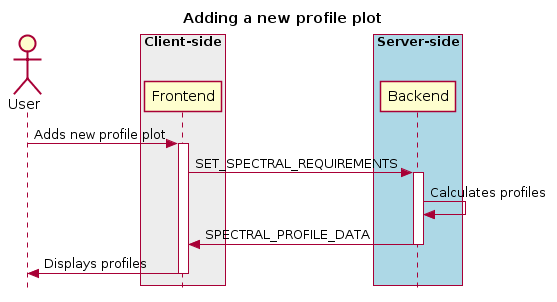
CARTAvis/carta-protobuf keeps this PlantUML diagram as docs/images/image11.png. Above is the earlier version. The source it was exported from:
```plantuml
@startuml
skinparam style strictuml
hide footbox
title Adding a new profile plot

actor User
box "Client-side" #EDEDED
        participant Frontend
end box

box "Server-side" #lightblue
	participant Backend
end box
User -> Frontend: Adds new profile plot
activate Frontend
Frontend -> Backend : SET_SPECTRAL_REQUIREMENTS
activate Backend
Backend <- Backend : Calculates profiles
Frontend <- Backend : SPECTRAL_PROFILE_DATA
deactivate Backend
User <- Frontend : Displays profiles
deactivate Frontend
@enduml
```
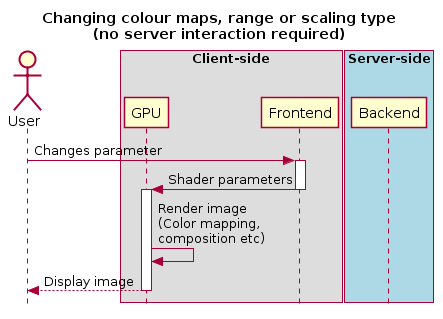
Later version of the same file.

The edit, as a diff of the source:
```diff
@@ -1,23 +1,24 @@
 @startuml
 skinparam style strictuml
 hide footbox
-title Adding a new profile plot
+title Changing colour maps, range or scaling type\n(no server interaction required)
 
 actor User
-box "Client-side" #EDEDED
+box "Client-side"
+        participant "GPU"
         participant Frontend
 end box
 
 box "Server-side" #lightblue
 	participant Backend
 end box
-User -> Frontend: Adds new profile plot
+
+User -> Frontend : Changes parameter
 activate Frontend
-Frontend -> Backend : SET_SPECTRAL_REQUIREMENTS
-activate Backend
-Backend <- Backend : Calculates profiles
-Frontend <- Backend : SPECTRAL_PROFILE_DATA
-deactivate Backend
-User <- Frontend : Displays profiles
+Frontend -> GPU : Shader parameters
 deactivate Frontend
+activate GPU
+GPU -> GPU : Render image\n(Color mapping,\ncomposition etc)
+User <-- GPU : Display image
+deactivate GPU
 @enduml
```
